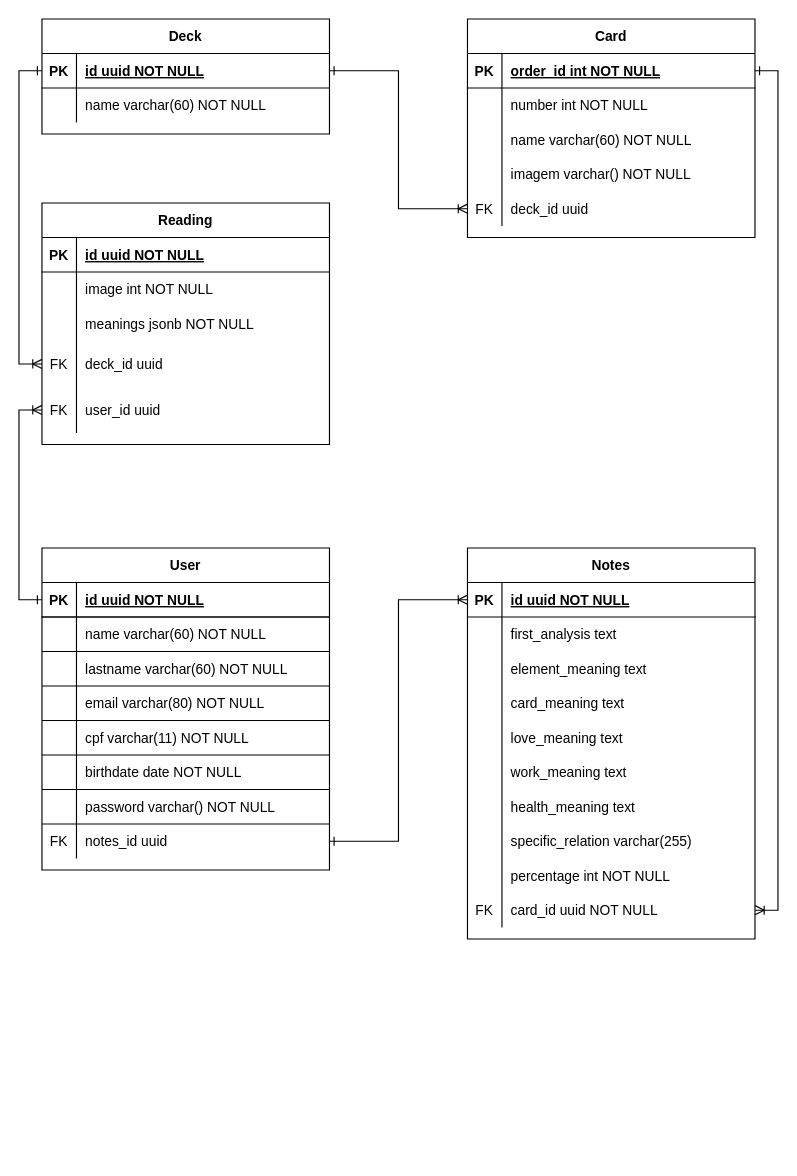
The draw.io diagram database-diagram.drawio in LiviaDevolder/learn-tarot, before the edit. Source tidied: cells renumbered, new cells numbered last; positions are measured from the earlier drawing's top-left corner, leaving out a move shared by most shapes. Both pictures are drawn from the tidied source at 115%, with x=0, y=0 at pixel (41, 18).
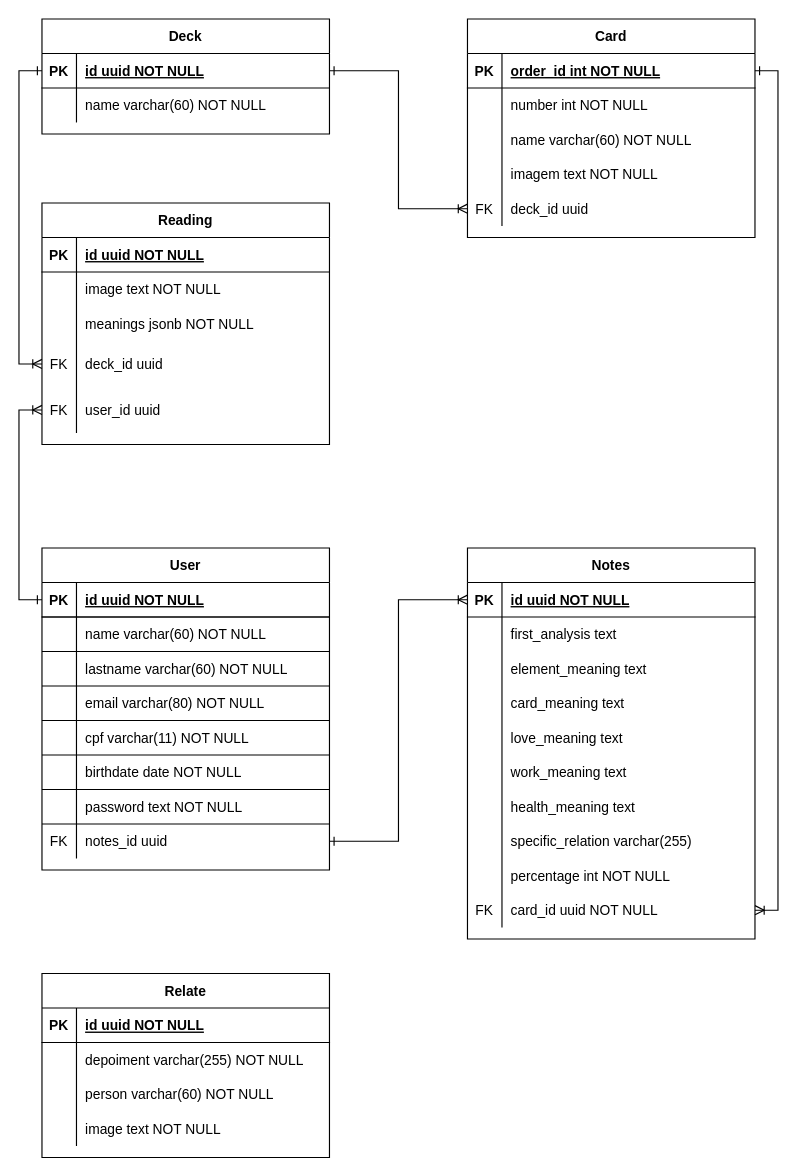
Above is the later version.

The change refers to these unchanged cells:
```xml
<mxCell id="12" style="shape=partialRectangle;fillColor=none;top=0;left=0;right=0;bottom=0;" parent="2" vertex="1">
  <mxGeometry y="120" width="250" height="30" as="geometry" />
</mxCell>
<mxCell id="44" style="shape=partialRectangle;fillColor=none;top=0;left=0;right=0;bottom=0;" parent="25" vertex="1">
  <mxGeometry y="210" width="250" height="30" as="geometry" />
</mxCell>
<mxCell id="85" style="shape=partialRectangle;fillColor=none;top=0;left=0;right=0;bottom=0;" parent="81" vertex="1">
  <mxGeometry y="60" width="250" height="30" as="geometry" />
</mxCell>
```

Change to the diagram source:
```diff
@@
-    <mxCell id="14" value="imagem varchar() NOT NULL" style="shape=partialRectangle;overflow=hidden;fillColor=none;top=0;left=0;bottom=0;right=0;align=left;spacingLeft=6;" parent="12" vertex="1">
+    <mxCell id="14" value="imagem text NOT NULL" style="shape=partialRectangle;overflow=hidden;fillColor=none;top=0;left=0;bottom=0;right=0;align=left;spacingLeft=6;" parent="12" vertex="1">
       <mxGeometry x="30" width="220" height="30" as="geometry" />
     </mxCell>
@@
-    <mxCell id="46" value="password varchar() NOT NULL" style="shape=partialRectangle;overflow=hidden;fillColor=none;top=0;left=0;bottom=0;right=0;align=left;spacingLeft=6;" parent="44" vertex="1">
+    <mxCell id="46" value="password text NOT NULL" style="shape=partialRectangle;overflow=hidden;fillColor=none;top=0;left=0;bottom=0;right=0;align=left;spacingLeft=6;" parent="44" vertex="1">
       <mxGeometry x="30" width="220" height="30" as="geometry" />
     </mxCell>
@@
-    <mxCell id="87" value="image int NOT NULL" style="shape=partialRectangle;overflow=hidden;fillColor=none;top=0;left=0;bottom=0;right=0;align=left;spacingLeft=6;" parent="85" vertex="1">
+    <mxCell id="87" value="image text NOT NULL" style="shape=partialRectangle;overflow=hidden;fillColor=none;top=0;left=0;bottom=0;right=0;align=left;spacingLeft=6;" parent="85" vertex="1">
       <mxGeometry x="30" width="220" height="30" as="geometry" />
     </mxCell>
@@
+    <mxCell id="102" value="Relate" style="shape=table;startSize=30;childLayout=tableLayout;rowLines=0;fontStyle=1;align=center;" parent="1" vertex="1">
+      <mxGeometry y="830" width="250" height="160" as="geometry" />
+    </mxCell>
+    <mxCell id="103" style="shape=partialRectangle;fillColor=none;top=0;left=0;right=0;bottom=1;" parent="102" vertex="1">
+      <mxGeometry y="30" width="250" height="30" as="geometry" />
+    </mxCell>
+    <mxCell id="104" value="PK" style="shape=partialRectangle;overflow=hidden;fillColor=none;top=0;left=0;bottom=0;right=0;fontStyle=1;" parent="103" vertex="1">
+      <mxGeometry width="30" height="30" as="geometry" />
+    </mxCell>
+    <mxCell id="105" value="id uuid NOT NULL " style="shape=partialRectangle;overflow=hidden;fillColor=none;top=0;left=0;bottom=0;right=0;align=left;spacingLeft=6;fontStyle=5;" parent="103" vertex="1">
+      <mxGeometry x="30" width="220" height="30" as="geometry" />
+    </mxCell>
+    <mxCell id="106" style="shape=partialRectangle;fillColor=none;top=0;left=0;right=0;bottom=0;" parent="102" vertex="1">
+      <mxGeometry y="60" width="250" height="30" as="geometry" />
+    </mxCell>
+    <mxCell id="107" style="shape=partialRectangle;overflow=hidden;fillColor=none;top=0;left=0;bottom=0;right=0;" parent="106" vertex="1">
+      <mxGeometry width="30" height="30" as="geometry" />
+    </mxCell>
+    <mxCell id="108" value="depoiment varchar(255) NOT NULL" style="shape=partialRectangle;overflow=hidden;fillColor=none;top=0;left=0;bottom=0;right=0;align=left;spacingLeft=6;" parent="106" vertex="1">
+      <mxGeometry x="30" width="220" height="30" as="geometry" />
+    </mxCell>
+    <mxCell id="109" style="shape=partialRectangle;fillColor=none;top=0;left=0;right=0;bottom=0;" parent="102" vertex="1">
+      <mxGeometry y="90" width="250" height="30" as="geometry" />
+    </mxCell>
+    <mxCell id="110" style="shape=partialRectangle;overflow=hidden;fillColor=none;top=0;left=0;bottom=0;right=0;" parent="109" vertex="1">
+      <mxGeometry width="30" height="30" as="geometry" />
+    </mxCell>
+    <mxCell id="111" value="person varchar(60) NOT NULL" style="shape=partialRectangle;overflow=hidden;fillColor=none;top=0;left=0;bottom=0;right=0;align=left;spacingLeft=6;" parent="109" vertex="1">
+      <mxGeometry x="30" width="220" height="30" as="geometry" />
+    </mxCell>
+    <mxCell id="112" style="shape=partialRectangle;fillColor=none;top=0;left=0;right=0;bottom=0;" parent="102" vertex="1">
+      <mxGeometry y="120" width="250" height="30" as="geometry" />
+    </mxCell>
+    <mxCell id="113" style="shape=partialRectangle;overflow=hidden;fillColor=none;top=0;left=0;bottom=0;right=0;" parent="112" vertex="1">
+      <mxGeometry width="30" height="30" as="geometry" />
+    </mxCell>
+    <mxCell id="114" value="image text NOT NULL" style="shape=partialRectangle;overflow=hidden;fillColor=none;top=0;left=0;bottom=0;right=0;align=left;spacingLeft=6;" parent="112" vertex="1">
+      <mxGeometry x="30" width="220" height="30" as="geometry" />
+    </mxCell>
```
